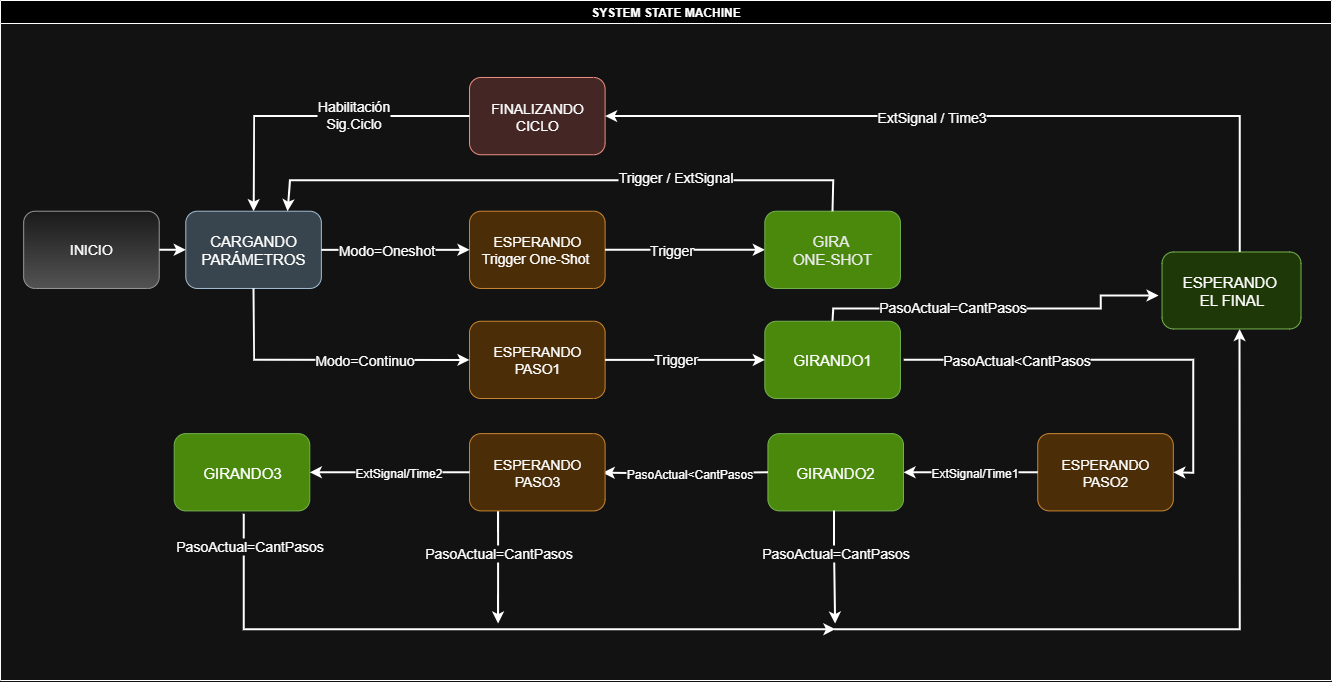
The draw.io diagram StepCtrl.diagramaDeEstados.png in lucashorminoguez/StepCtrl, before a commit. Source tidied: cells renumbered, new cells last; positions are measured from the earlier drawing's top-left corner, leaving out a move shared by most shapes.
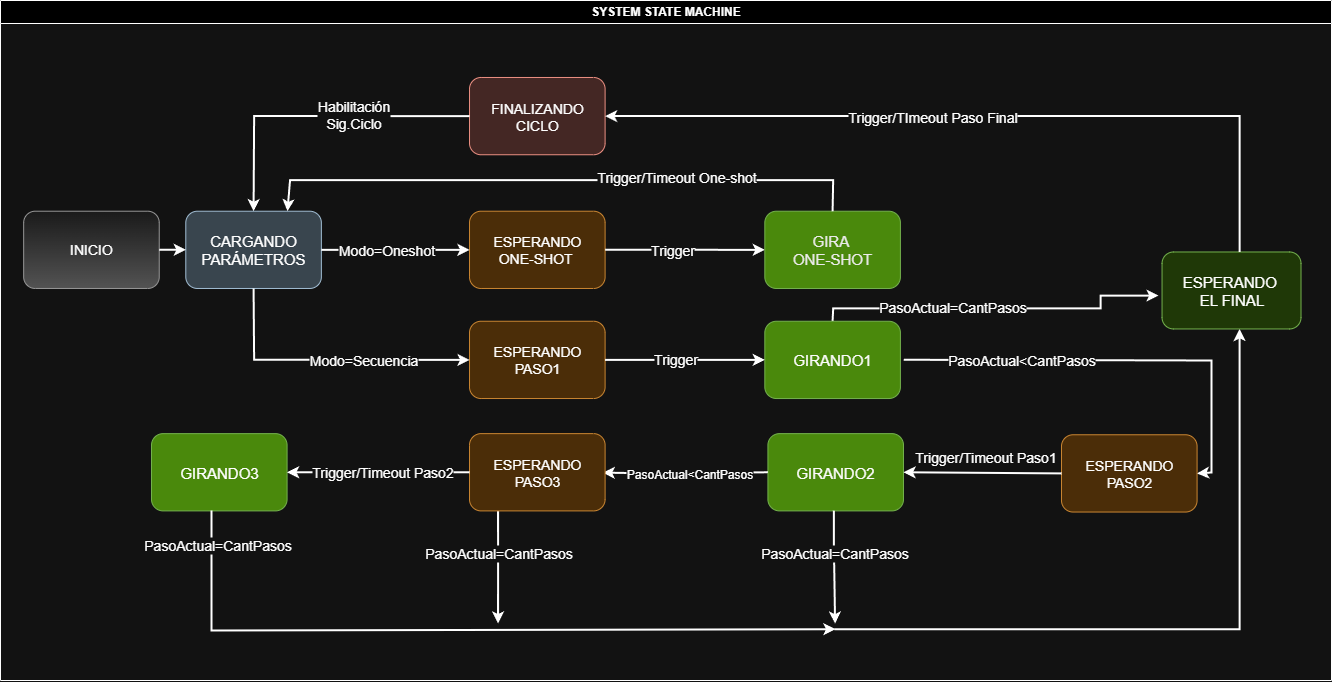
After the change.

The edit, as a diff of the source:
```diff
@@ -8,18 +8,23 @@
     <mxCell id="3" value="SYSTEM STATE MACHINE" style="swimlane;whiteSpace=wrap;html=1;rotation=0;fillColor=light-dark(#FFFFFF,#000000);direction=east;" parent="2" vertex="1">
       <mxGeometry width="1331" height="680" as="geometry" />
     </mxCell>
+    <mxCell id="7" value="&lt;span style=&quot;font-size: 14px;&quot;&gt;Trigger/Timeout Paso1&lt;/span&gt;" style="edgeLabel;html=1;align=center;verticalAlign=middle;rotation=0;fontSize=12;" parent="3" vertex="1">
+      <mxGeometry x="981" y="460" as="geometry">
+        <mxPoint x="3" y="-4" as="offset" />
+      </mxGeometry>
+    </mxCell>
+    <mxCell id="5" value="&lt;font style=&quot;font-size: 14px;&quot;&gt;ESPERANDO&lt;/font&gt;&lt;div&gt;&lt;font style=&quot;font-size: 14px;&quot;&gt;PASO2&lt;/font&gt;&lt;/div&gt;" style="rounded=1;whiteSpace=wrap;html=1;rotation=0;fillColor=#fad7ac;strokeColor=#b46504;" parent="3" vertex="1">
+      <mxGeometry x="1061" y="434.3" width="135.6" height="77.3" as="geometry" />
+    </mxCell>
+    <mxCell id="40" value="&lt;font style=&quot;font-size: 15px; color: light-dark(rgb(0, 0, 0), rgb(255, 255, 255));&quot;&gt;GIRANDO3&lt;/font&gt;" style="rounded=1;whiteSpace=wrap;html=1;rotation=0;fillColor=#60a917;fontColor=#ffffff;strokeColor=#2D7600;" parent="3" vertex="1">
+      <mxGeometry x="151" y="433.1" width="135.6" height="77.3" as="geometry" />
+    </mxCell>
     <mxCell id="4" value="&lt;font style=&quot;font-size: 15px; color: light-dark(rgb(0, 0, 0), rgb(252, 252, 252));&quot;&gt;GIRANDO2&lt;/font&gt;" style="rounded=1;whiteSpace=wrap;html=1;rotation=0;fillColor=#60a917;fontColor=#ffffff;strokeColor=#2D7600;" parent="2" vertex="1">
       <mxGeometry x="767.4" y="433.1" width="135.6" height="77.3" as="geometry" />
     </mxCell>
-    <mxCell id="5" value="&lt;font style=&quot;font-size: 14px;&quot;&gt;ESPERANDO&lt;/font&gt;&lt;div&gt;&lt;font style=&quot;font-size: 14px;&quot;&gt;PASO2&lt;/font&gt;&lt;/div&gt;" style="rounded=1;whiteSpace=wrap;html=1;rotation=0;fillColor=#fad7ac;strokeColor=#b46504;" parent="2" vertex="1">
-      <mxGeometry x="1037.2" y="433.1" width="135.6" height="77.3" as="geometry" />
-    </mxCell>
     <mxCell id="6" style="endArrow=classic;html=1;rounded=0;entryX=1;entryY=0.5;entryDx=0;entryDy=0;exitX=0;exitY=0.5;exitDx=0;exitDy=0;strokeWidth=2;" parent="2" edge="1" source="5" target="4">
       <mxGeometry relative="1" as="geometry" />
     </mxCell>
-    <mxCell id="7" value="ExtSignal/Time1" style="edgeLabel;html=1;align=center;verticalAlign=middle;rotation=0;fontSize=12;" parent="2" vertex="1">
-      <mxGeometry x="972.8" y="471.8" as="geometry" />
-    </mxCell>
     <mxCell id="8" style="endArrow=classic;html=1;rounded=0;exitX=0;exitY=0.5;exitDx=0;exitDy=0;strokeWidth=2;" parent="2" edge="1" source="4">
       <mxGeometry relative="1" as="geometry">
         <mxPoint x="602.2" y="472.2" as="targetPoint" />
@@ -47,10 +52,10 @@
     </mxCell>
     <mxCell id="12" style="endArrow=classic;html=1;rounded=0;strokeWidth=2;" parent="2" edge="1">
       <mxGeometry relative="1" as="geometry">
-        <mxPoint x="243.2" y="513.2" as="sourcePoint" />
+        <mxPoint x="211" y="510" as="sourcePoint" />
         <mxPoint x="835" y="628.7" as="targetPoint" />
         <Array as="points">
-          <mxPoint x="243.2" y="628.7" />
+          <mxPoint x="211" y="630" />
         </Array>
       </mxGeometry>
     </mxCell>
@@ -94,7 +99,7 @@
     <mxCell id="18" value="PasoActual=CantPasos" style="edgeLabel;html=1;align=center;verticalAlign=middle;fontSize=14;" parent="17" vertex="1">
       <mxGeometry x="-0.25" y="2" relative="1" as="geometry" />
     </mxCell>
-    <mxCell id="19" value="&lt;font style=&quot;font-size: 14px;&quot;&gt;ESPERANDO&lt;/font&gt;&lt;div&gt;&lt;font style=&quot;font-size: 14px;&quot;&gt;Trigger One-Shot&lt;/font&gt;&lt;font style=&quot;font-size: 13px;&quot;&gt;&amp;nbsp;&lt;/font&gt;&lt;/div&gt;" style="rounded=1;whiteSpace=wrap;html=1;rotation=0;fillColor=#fad7ac;strokeColor=#b46504;" parent="2" vertex="1">
+    <mxCell id="19" value="&lt;font style=&quot;font-size: 14px;&quot;&gt;ESPERANDO&lt;/font&gt;&lt;div&gt;&lt;font style=&quot;font-size: 14px;&quot;&gt;ONE-SHOT&lt;/font&gt;&lt;font style=&quot;font-size: 13px;&quot;&gt;&amp;nbsp;&lt;/font&gt;&lt;/div&gt;" style="rounded=1;whiteSpace=wrap;html=1;rotation=0;fillColor=#fad7ac;strokeColor=#b46504;" parent="2" vertex="1">
       <mxGeometry x="469" y="210.7" width="135.6" height="77.3" as="geometry" />
     </mxCell>
     <mxCell id="20" style="edgeStyle=orthogonalEdgeStyle;rounded=0;jettySize=auto;html=1;entryX=0;entryY=0.5;entryDx=0;entryDy=0;strokeWidth=2;" parent="2" edge="1" source="19" target="22">
@@ -154,9 +159,9 @@
       <mxGeometry relative="1" as="geometry">
         <mxPoint x="903.3" y="359.3" as="sourcePoint" />
         <Array as="points">
-          <mxPoint x="1192.8" y="359.3" />
-          <mxPoint x="1192.8" y="397.7" />
-          <mxPoint x="1192.8" y="472.2" />
+          <mxPoint x="1211" y="360" />
+          <mxPoint x="1211" y="430" />
+          <mxPoint x="1211" y="472" />
         </Array>
       </mxGeometry>
     </mxCell>
@@ -172,7 +177,7 @@
         </Array>
       </mxGeometry>
     </mxCell>
-    <mxCell id="38" value="Modo=Continuo" style="edgeLabel;html=1;align=center;verticalAlign=middle;rotation=0;fontSize=14;" parent="37" vertex="1">
+    <mxCell id="38" value="Modo=Secuencia" style="edgeLabel;html=1;align=center;verticalAlign=middle;rotation=0;fontSize=14;" parent="37" vertex="1">
       <mxGeometry x="0.55" y="-3" relative="1" as="geometry">
         <mxPoint x="-41" y="-3" as="offset" />
       </mxGeometry>
@@ -180,15 +185,12 @@
     <mxCell id="39" value="&lt;font style=&quot;font-size: 14px;&quot;&gt;ESPERANDO&lt;/font&gt;&lt;div&gt;&lt;font style=&quot;font-size: 14px;&quot;&gt;PASO3&lt;/font&gt;&lt;/div&gt;" style="rounded=1;whiteSpace=wrap;html=1;rotation=0;fillColor=#fad7ac;strokeColor=#b46504;" parent="2" vertex="1">
       <mxGeometry x="469" y="433.1" width="135.6" height="77.3" as="geometry" />
     </mxCell>
-    <mxCell id="40" value="&lt;font style=&quot;font-size: 15px; color: light-dark(rgb(0, 0, 0), rgb(255, 255, 255));&quot;&gt;GIRANDO3&lt;/font&gt;" style="rounded=1;whiteSpace=wrap;html=1;rotation=0;fillColor=#60a917;fontColor=#ffffff;strokeColor=#2D7600;" parent="2" vertex="1">
-      <mxGeometry x="173.7" y="433.1" width="135.6" height="77.3" as="geometry" />
-    </mxCell>
     <mxCell id="41" style="endArrow=classic;html=1;rounded=0;exitX=0;exitY=0.5;exitDx=0;exitDy=0;entryX=1;entryY=0.5;entryDx=0;entryDy=0;strokeWidth=2;" parent="2" edge="1" source="39" target="40">
       <mxGeometry relative="1" as="geometry" />
     </mxCell>
-    <mxCell id="42" value="ExtSignal/Time2" style="edgeLabel;html=1;align=center;verticalAlign=middle;rotation=0;fontSize=12;" parent="41" vertex="1">
+    <mxCell id="42" value="&lt;span style=&quot;font-size: 14px;&quot;&gt;Trigger/Timeout Paso2&lt;/span&gt;" style="edgeLabel;html=1;align=center;verticalAlign=middle;rotation=0;fontSize=12;" parent="41" vertex="1">
       <mxGeometry x="-0.38" y="-2" relative="1" as="geometry">
-        <mxPoint x="-22" y="2" as="offset" />
+        <mxPoint x="-31" y="2" as="offset" />
       </mxGeometry>
     </mxCell>
     <mxCell id="43" value="&lt;font style=&quot;font-size: 15px; color: light-dark(rgb(0, 0, 0), rgb(255, 255, 255));&quot;&gt;ESPERANDO&amp;nbsp;&lt;/font&gt;&lt;div&gt;&lt;font style=&quot;font-size: 15px; color: light-dark(rgb(0, 0, 0), rgb(255, 255, 255));&quot;&gt;EL FINAL&lt;/font&gt;&lt;/div&gt;" style="rounded=1;whiteSpace=wrap;html=1;fillColor=light-dark(#60A917,#1F3807);strokeColor=#2D7600;fontColor=#ffffff;" parent="2" vertex="1">
@@ -202,7 +204,7 @@
         </Array>
       </mxGeometry>
     </mxCell>
-    <mxCell id="45" value="&lt;font&gt;Trigger / ExtSignal&lt;/font&gt;" style="edgeLabel;html=1;align=center;verticalAlign=middle;fontSize=14;" parent="44" vertex="1">
+    <mxCell id="45" value="&lt;font&gt;Trigger/Timeout One-shot&lt;/font&gt;" style="edgeLabel;html=1;align=center;verticalAlign=middle;fontSize=14;" parent="44" vertex="1">
       <mxGeometry x="-0.38" y="-3" relative="1" as="geometry" />
     </mxCell>
     <mxCell id="46" style="endArrow=classic;html=1;rounded=0;entryX=1;entryY=0.5;entryDx=0;entryDy=0;strokeWidth=2;" parent="2" edge="1" target="23">
@@ -213,7 +215,7 @@
         </Array>
       </mxGeometry>
     </mxCell>
-    <mxCell id="47" value="ExtSignal / Time3" style="edgeLabel;html=1;align=center;verticalAlign=middle;fontSize=14;" parent="46" vertex="1">
+    <mxCell id="47" value="Trigger/TImeout Paso Final" style="edgeLabel;html=1;align=center;verticalAlign=middle;fontSize=14;" parent="46" vertex="1">
       <mxGeometry x="0.15" y="1" relative="1" as="geometry" />
     </mxCell>
   </root>
```
